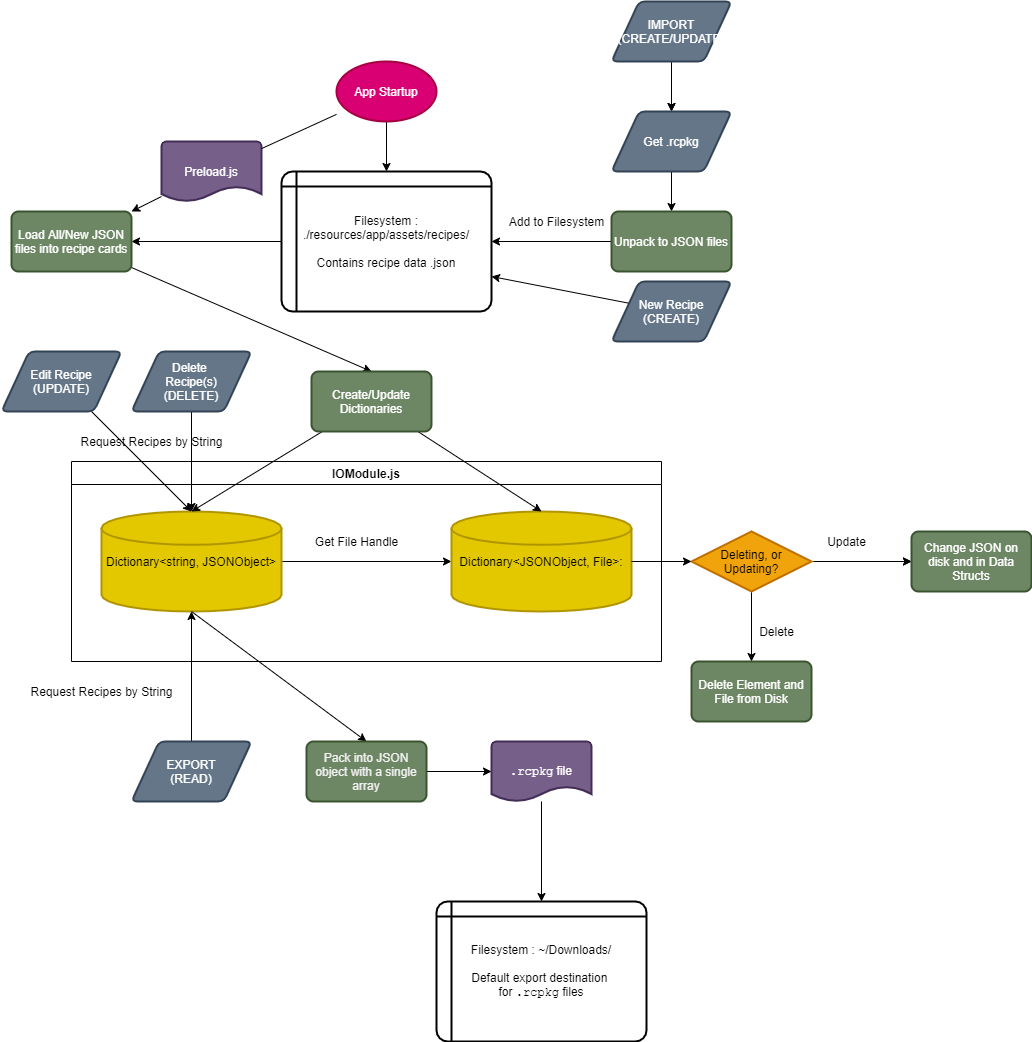
The draw.io diagram specs/Specs_Final_MVP/FileIOSys.drawio.png in cse110-fall21-group9/cse110-fa21-group9, before a commit. Source tidied: cells renumbered, new cells last; positions are measured from the earlier drawing's top-left corner, leaving out a move shared by most shapes. Its diagram source:
```xml
<mxGraphModel>
  <root>
    <mxCell id="0" />
    <mxCell id="1" parent="0" />
    <mxCell id="2" style="edgeStyle=none;html=1;" parent="1" edge="1" source="3" target="13">
      <mxGeometry relative="1" as="geometry" />
    </mxCell>
    <mxCell id="3" value="Filesystem :&lt;br&gt;./resources/app/assets/recipes/&lt;br&gt;&lt;br&gt;Contains recipe data .json" style="shape=internalStorage;whiteSpace=wrap;html=1;dx=15;dy=15;rounded=1;arcSize=8;strokeWidth=2;" parent="1" vertex="1">
      <mxGeometry x="280" y="170" width="210" height="140" as="geometry" />
    </mxCell>
    <mxCell id="4" value="IOModule.js" style="swimlane;" parent="1" vertex="1">
      <mxGeometry x="70" y="460" width="590" height="200" as="geometry" />
    </mxCell>
    <mxCell id="5" style="edgeStyle=none;html=1;" parent="4" edge="1" source="6" target="7">
      <mxGeometry relative="1" as="geometry" />
    </mxCell>
    <mxCell id="6" value="Dictionary&amp;lt;string, JSONObject&amp;gt;" style="strokeWidth=2;html=1;shape=mxgraph.flowchart.database;whiteSpace=wrap;fillColor=#e3c800;strokeColor=#B09500;fontColor=#000000;" parent="4" vertex="1">
      <mxGeometry x="30" y="50" width="180" height="100" as="geometry" />
    </mxCell>
    <mxCell id="7" value="Dictionary&amp;lt;JSONObject, File&amp;gt;:&lt;br&gt;" style="strokeWidth=2;html=1;shape=mxgraph.flowchart.database;whiteSpace=wrap;fillColor=#e3c800;strokeColor=#B09500;fontColor=#000000;" parent="4" vertex="1">
      <mxGeometry x="380" y="50" width="180" height="100" as="geometry" />
    </mxCell>
    <mxCell id="8" value="Filesystem : ~/Downloads/&lt;br&gt;&lt;br&gt;Default export destination &lt;br&gt;for &lt;font face=&quot;Courier New&quot;&gt;.rcpkg&lt;/font&gt; files" style="shape=internalStorage;whiteSpace=wrap;html=1;dx=15;dy=15;rounded=1;arcSize=8;strokeWidth=2;" parent="1" vertex="1">
      <mxGeometry x="435" y="900" width="210" height="140" as="geometry" />
    </mxCell>
    <mxCell id="9" style="edgeStyle=none;html=1;startArrow=none;" parent="1" edge="1" source="30" target="13">
      <mxGeometry relative="1" as="geometry" />
    </mxCell>
    <mxCell id="10" style="edgeStyle=none;html=1;entryX=0.5;entryY=0;entryDx=0;entryDy=0;" parent="1" edge="1" source="11" target="3">
      <mxGeometry relative="1" as="geometry" />
    </mxCell>
    <mxCell id="11" value="App Startup" style="strokeWidth=2;html=1;shape=mxgraph.flowchart.start_1;whiteSpace=wrap;fillColor=#d80073;strokeColor=#A50040;fontColor=#ffffff;" parent="1" vertex="1">
      <mxGeometry x="335" y="60" width="100" height="60" as="geometry" />
    </mxCell>
    <mxCell id="12" style="edgeStyle=none;html=1;entryX=0.5;entryY=0;entryDx=0;entryDy=0;" parent="1" edge="1" source="13" target="16">
      <mxGeometry relative="1" as="geometry" />
    </mxCell>
    <mxCell id="13" value="Load All/New JSON files into recipe cards" style="rounded=1;whiteSpace=wrap;html=1;absoluteArcSize=1;arcSize=14;strokeWidth=2;fillColor=#6d8764;strokeColor=#3A5431;fontColor=#ffffff;" parent="1" vertex="1">
      <mxGeometry x="10" y="210" width="120" height="60" as="geometry" />
    </mxCell>
    <mxCell id="14" style="edgeStyle=none;html=1;entryX=0.5;entryY=0;entryDx=0;entryDy=0;entryPerimeter=0;" parent="1" edge="1" source="16" target="6">
      <mxGeometry relative="1" as="geometry" />
    </mxCell>
    <mxCell id="15" style="edgeStyle=none;html=1;entryX=0.5;entryY=0;entryDx=0;entryDy=0;entryPerimeter=0;" parent="1" edge="1" source="16" target="7">
      <mxGeometry relative="1" as="geometry" />
    </mxCell>
    <mxCell id="16" value="Create/Update Dictionaries" style="rounded=1;whiteSpace=wrap;html=1;absoluteArcSize=1;arcSize=14;strokeWidth=2;fillColor=#6d8764;strokeColor=#3A5431;fontColor=#ffffff;" parent="1" vertex="1">
      <mxGeometry x="310" y="370" width="120" height="60" as="geometry" />
    </mxCell>
    <mxCell id="17" style="edgeStyle=none;html=1;" parent="1" edge="1" source="19" target="23">
      <mxGeometry relative="1" as="geometry" />
    </mxCell>
    <mxCell id="18" style="edgeStyle=none;html=1;" parent="1" edge="1" source="19" target="23">
      <mxGeometry relative="1" as="geometry" />
    </mxCell>
    <mxCell id="19" value="IMPORT&lt;br&gt;(CREATE/UPDATE)" style="shape=parallelogram;html=1;strokeWidth=2;perimeter=parallelogramPerimeter;whiteSpace=wrap;rounded=1;arcSize=12;size=0.23;fillColor=#647687;strokeColor=#314354;fontColor=#ffffff;" parent="1" vertex="1">
      <mxGeometry x="610" width="120" height="60" as="geometry" />
    </mxCell>
    <mxCell id="20" style="edgeStyle=none;html=1;" parent="1" edge="1" source="21" target="6">
      <mxGeometry relative="1" as="geometry" />
    </mxCell>
    <mxCell id="21" value="EXPORT&lt;br&gt;(READ)" style="shape=parallelogram;html=1;strokeWidth=2;perimeter=parallelogramPerimeter;whiteSpace=wrap;rounded=1;arcSize=12;size=0.23;fillColor=#647687;strokeColor=#314354;fontColor=#ffffff;" parent="1" vertex="1">
      <mxGeometry x="130" y="740" width="120" height="60" as="geometry" />
    </mxCell>
    <mxCell id="22" style="edgeStyle=none;html=1;" parent="1" edge="1" source="23" target="25">
      <mxGeometry relative="1" as="geometry" />
    </mxCell>
    <mxCell id="23" value="Get .rcpkg" style="shape=parallelogram;html=1;strokeWidth=2;perimeter=parallelogramPerimeter;whiteSpace=wrap;rounded=1;arcSize=12;size=0.23;fillColor=#647687;strokeColor=#314354;fontColor=#ffffff;" parent="1" vertex="1">
      <mxGeometry x="610" y="110" width="120" height="60" as="geometry" />
    </mxCell>
    <mxCell id="24" style="edgeStyle=none;html=1;entryX=1;entryY=0.5;entryDx=0;entryDy=0;" parent="1" edge="1" source="25" target="3">
      <mxGeometry relative="1" as="geometry" />
    </mxCell>
    <mxCell id="25" value="Unpack to JSON files" style="rounded=1;whiteSpace=wrap;html=1;absoluteArcSize=1;arcSize=14;strokeWidth=2;fillColor=#6d8764;strokeColor=#3A5431;fontColor=#ffffff;" parent="1" vertex="1">
      <mxGeometry x="610" y="210" width="120" height="60" as="geometry" />
    </mxCell>
    <mxCell id="26" value="Add to Filesystem" style="text;html=1;align=center;verticalAlign=middle;strokeColor=none;" parent="1" vertex="1">
      <mxGeometry x="500" y="210" width="110" height="20" as="geometry" />
    </mxCell>
    <mxCell id="27" value="Request Recipes by String" style="text;html=1;align=center;verticalAlign=middle;strokeColor=none;" parent="1" vertex="1">
      <mxGeometry x="20" y="680" width="160" height="20" as="geometry" />
    </mxCell>
    <mxCell id="28" style="edgeStyle=none;html=1;entryX=0.5;entryY=0;entryDx=0;entryDy=0;" parent="1" edge="1" source="29" target="8">
      <mxGeometry relative="1" as="geometry" />
    </mxCell>
    <mxCell id="29" value="&lt;font face=&quot;Courier New&quot;&gt;.rcpkg&lt;/font&gt; file" style="strokeWidth=2;html=1;shape=mxgraph.flowchart.document2;whiteSpace=wrap;size=0.25;fillColor=#76608a;strokeColor=#432D57;fontColor=#ffffff;" parent="1" vertex="1">
      <mxGeometry x="490" y="740" width="100" height="60" as="geometry" />
    </mxCell>
    <mxCell id="30" value="Preload.js" style="strokeWidth=2;html=1;shape=mxgraph.flowchart.document2;whiteSpace=wrap;size=0.25;fillColor=#76608a;strokeColor=#432D57;fontColor=#ffffff;" parent="1" vertex="1">
      <mxGeometry x="160" y="140" width="100" height="60" as="geometry" />
    </mxCell>
    <mxCell id="31" style="edgeStyle=none;html=1;endArrow=none;" parent="1" edge="1" source="11" target="30">
      <mxGeometry relative="1" as="geometry" />
    </mxCell>
    <mxCell id="32" style="edgeStyle=none;html=1;entryX=1;entryY=0.75;entryDx=0;entryDy=0;" parent="1" edge="1" source="33" target="3">
      <mxGeometry relative="1" as="geometry" />
    </mxCell>
    <mxCell id="33" value="New Recipe&lt;br&gt;(CREATE)" style="shape=parallelogram;html=1;strokeWidth=2;perimeter=parallelogramPerimeter;whiteSpace=wrap;rounded=1;arcSize=12;size=0.23;fillColor=#647687;strokeColor=#314354;fontColor=#ffffff;" parent="1" vertex="1">
      <mxGeometry x="610" y="280" width="120" height="60" as="geometry" />
    </mxCell>
    <mxCell id="34" style="edgeStyle=none;html=1;entryX=0.5;entryY=0;entryDx=0;entryDy=0;exitX=0.5;exitY=1;exitDx=0;exitDy=0;exitPerimeter=0;" parent="1" edge="1" source="6" target="36">
      <mxGeometry relative="1" as="geometry" />
    </mxCell>
    <mxCell id="35" style="edgeStyle=none;html=1;entryX=0;entryY=0.5;entryDx=0;entryDy=0;entryPerimeter=0;" parent="1" edge="1" source="36" target="29">
      <mxGeometry relative="1" as="geometry" />
    </mxCell>
    <mxCell id="36" value="&lt;span style=&quot;color: rgb(240 , 240 , 240)&quot;&gt;Pack into JSON object with a single array&lt;/span&gt;" style="rounded=1;whiteSpace=wrap;html=1;absoluteArcSize=1;arcSize=14;strokeWidth=2;fillColor=#6d8764;strokeColor=#3A5431;fontColor=#ffffff;" parent="1" vertex="1">
      <mxGeometry x="305" y="740" width="120" height="60" as="geometry" />
    </mxCell>
    <mxCell id="37" style="edgeStyle=none;html=1;entryX=0.5;entryY=0;entryDx=0;entryDy=0;entryPerimeter=0;" parent="1" edge="1" source="38" target="6">
      <mxGeometry relative="1" as="geometry" />
    </mxCell>
    <mxCell id="38" value="Delete &lt;br&gt;Recipe(s)&lt;br&gt;(DELETE)" style="shape=parallelogram;html=1;strokeWidth=2;perimeter=parallelogramPerimeter;whiteSpace=wrap;rounded=1;arcSize=12;size=0.23;fillColor=#647687;strokeColor=#314354;fontColor=#ffffff;" parent="1" vertex="1">
      <mxGeometry x="130" y="350" width="120" height="60" as="geometry" />
    </mxCell>
    <mxCell id="39" value="Request Recipes by String" style="text;html=1;align=center;verticalAlign=middle;strokeColor=none;" parent="1" vertex="1">
      <mxGeometry x="70" y="430" width="160" height="20" as="geometry" />
    </mxCell>
    <mxCell id="40" value="Get File Handle" style="text;html=1;align=center;verticalAlign=middle;strokeColor=none;" parent="1" vertex="1">
      <mxGeometry x="305" y="530" width="100" height="20" as="geometry" />
    </mxCell>
    <mxCell id="41" value="Delete Element and File from Disk" style="rounded=1;whiteSpace=wrap;html=1;absoluteArcSize=1;arcSize=14;strokeWidth=2;fillColor=#6d8764;strokeColor=#3A5431;fontColor=#ffffff;" parent="1" vertex="1">
      <mxGeometry x="690" y="660" width="120" height="60" as="geometry" />
    </mxCell>
    <mxCell id="42" style="edgeStyle=none;html=1;entryX=0.5;entryY=0;entryDx=0;entryDy=0;entryPerimeter=0;" parent="1" edge="1" source="43" target="6">
      <mxGeometry relative="1" as="geometry" />
    </mxCell>
    <mxCell id="43" value="Edit Recipe&lt;br&gt;(UPDATE)" style="shape=parallelogram;html=1;strokeWidth=2;perimeter=parallelogramPerimeter;whiteSpace=wrap;rounded=1;arcSize=12;size=0.23;fillColor=#647687;strokeColor=#314354;fontColor=#ffffff;" parent="1" vertex="1">
      <mxGeometry y="350" width="120" height="60" as="geometry" />
    </mxCell>
    <mxCell id="44" style="edgeStyle=none;html=1;entryX=0.5;entryY=0;entryDx=0;entryDy=0;" parent="1" edge="1" source="47" target="41">
      <mxGeometry relative="1" as="geometry" />
    </mxCell>
    <mxCell id="45" style="edgeStyle=none;html=1;entryX=0;entryY=0.5;entryDx=0;entryDy=0;" parent="1" edge="1" source="47" target="50">
      <mxGeometry relative="1" as="geometry" />
    </mxCell>
    <mxCell id="46" style="edgeStyle=none;html=1;" parent="1" edge="1" source="47" target="50">
      <mxGeometry relative="1" as="geometry" />
    </mxCell>
    <mxCell id="47" value="Deleting, or Updating?" style="strokeWidth=2;html=1;shape=mxgraph.flowchart.decision;whiteSpace=wrap;fillColor=#f0a30a;strokeColor=#BD7000;fontColor=#000000;" parent="1" vertex="1">
      <mxGeometry x="690" y="530" width="120" height="60" as="geometry" />
    </mxCell>
    <mxCell id="48" style="edgeStyle=none;html=1;entryX=0;entryY=0.5;entryDx=0;entryDy=0;entryPerimeter=0;" parent="1" edge="1" source="7" target="47">
      <mxGeometry relative="1" as="geometry" />
    </mxCell>
    <mxCell id="49" value="Delete" style="text;html=1;align=center;verticalAlign=middle;strokeColor=none;" parent="1" vertex="1">
      <mxGeometry x="750" y="620" width="50" height="20" as="geometry" />
    </mxCell>
    <mxCell id="50" value="Change JSON on disk and in Data Structs" style="rounded=1;whiteSpace=wrap;html=1;absoluteArcSize=1;arcSize=14;strokeWidth=2;fillColor=#6d8764;strokeColor=#3A5431;fontColor=#ffffff;" parent="1" vertex="1">
      <mxGeometry x="910" y="530" width="120" height="60" as="geometry" />
    </mxCell>
    <mxCell id="51" value="Update" style="text;html=1;align=center;verticalAlign=middle;strokeColor=none;" parent="1" vertex="1">
      <mxGeometry x="820" y="530" width="50" height="20" as="geometry" />
    </mxCell>
  </root>
</mxGraphModel>
```
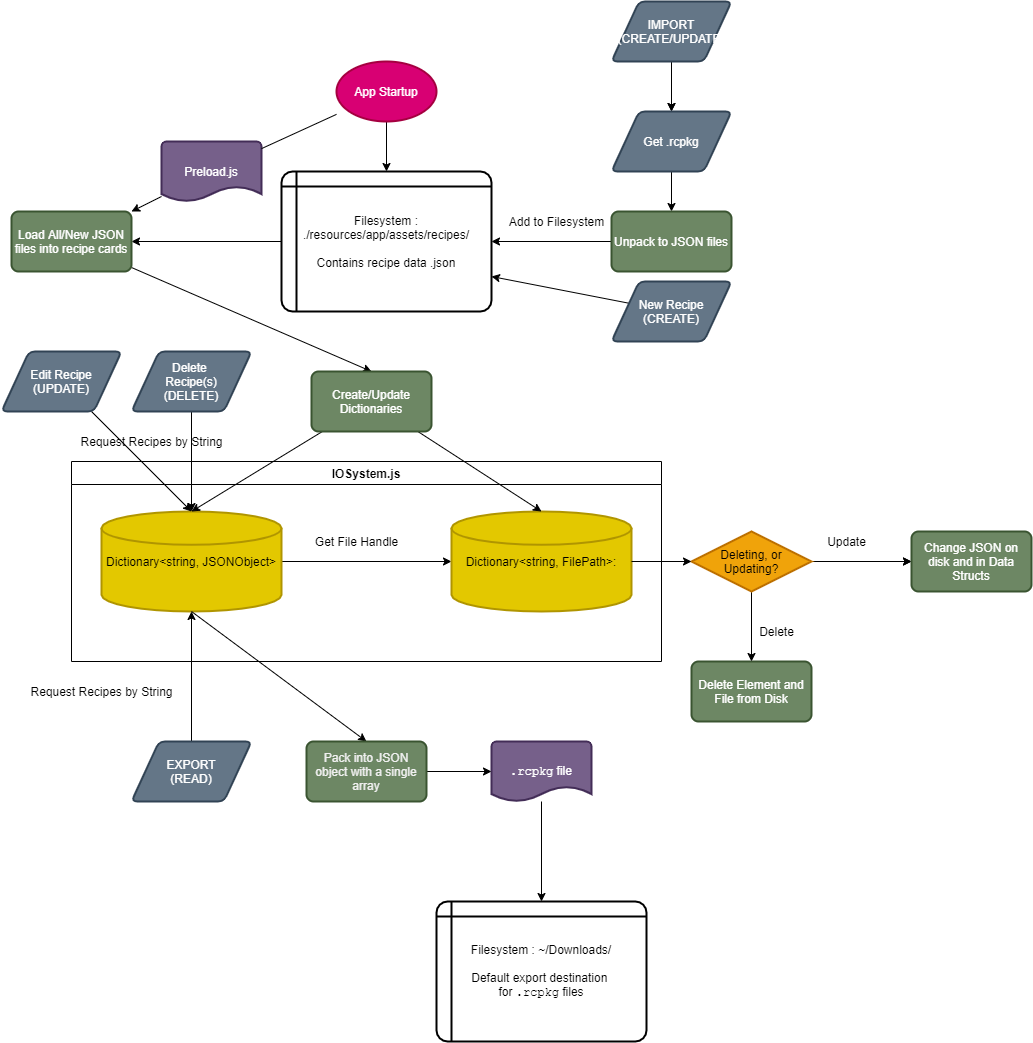
Above is the later version.

Commit message:
Old pending commit: docs update

Change to the diagram source:
```diff
@@ -8,7 +8,7 @@
     <mxCell id="3" value="Filesystem :&lt;br&gt;./resources/app/assets/recipes/&lt;br&gt;&lt;br&gt;Contains recipe data .json" style="shape=internalStorage;whiteSpace=wrap;html=1;dx=15;dy=15;rounded=1;arcSize=8;strokeWidth=2;" parent="1" vertex="1">
       <mxGeometry x="280" y="170" width="210" height="140" as="geometry" />
     </mxCell>
-    <mxCell id="4" value="IOModule.js" style="swimlane;" parent="1" vertex="1">
+    <mxCell id="4" value="IOSystem.js" style="swimlane;" parent="1" vertex="1">
       <mxGeometry x="70" y="460" width="590" height="200" as="geometry" />
     </mxCell>
     <mxCell id="5" style="edgeStyle=none;html=1;" parent="4" edge="1" source="6" target="7">
@@ -17,7 +17,7 @@
     <mxCell id="6" value="Dictionary&amp;lt;string, JSONObject&amp;gt;" style="strokeWidth=2;html=1;shape=mxgraph.flowchart.database;whiteSpace=wrap;fillColor=#e3c800;strokeColor=#B09500;fontColor=#000000;" parent="4" vertex="1">
       <mxGeometry x="30" y="50" width="180" height="100" as="geometry" />
     </mxCell>
-    <mxCell id="7" value="Dictionary&amp;lt;JSONObject, File&amp;gt;:&lt;br&gt;" style="strokeWidth=2;html=1;shape=mxgraph.flowchart.database;whiteSpace=wrap;fillColor=#e3c800;strokeColor=#B09500;fontColor=#000000;" parent="4" vertex="1">
+    <mxCell id="7" value="Dictionary&amp;lt;string, FilePath&amp;gt;:" style="strokeWidth=2;html=1;shape=mxgraph.flowchart.database;whiteSpace=wrap;fillColor=#e3c800;strokeColor=#B09500;fontColor=#000000;" parent="4" vertex="1">
       <mxGeometry x="380" y="50" width="180" height="100" as="geometry" />
     </mxCell>
     <mxCell id="8" value="Filesystem : ~/Downloads/&lt;br&gt;&lt;br&gt;Default export destination &lt;br&gt;for &lt;font face=&quot;Courier New&quot;&gt;.rcpkg&lt;/font&gt; files" style="shape=internalStorage;whiteSpace=wrap;html=1;dx=15;dy=15;rounded=1;arcSize=8;strokeWidth=2;" parent="1" vertex="1">
```
